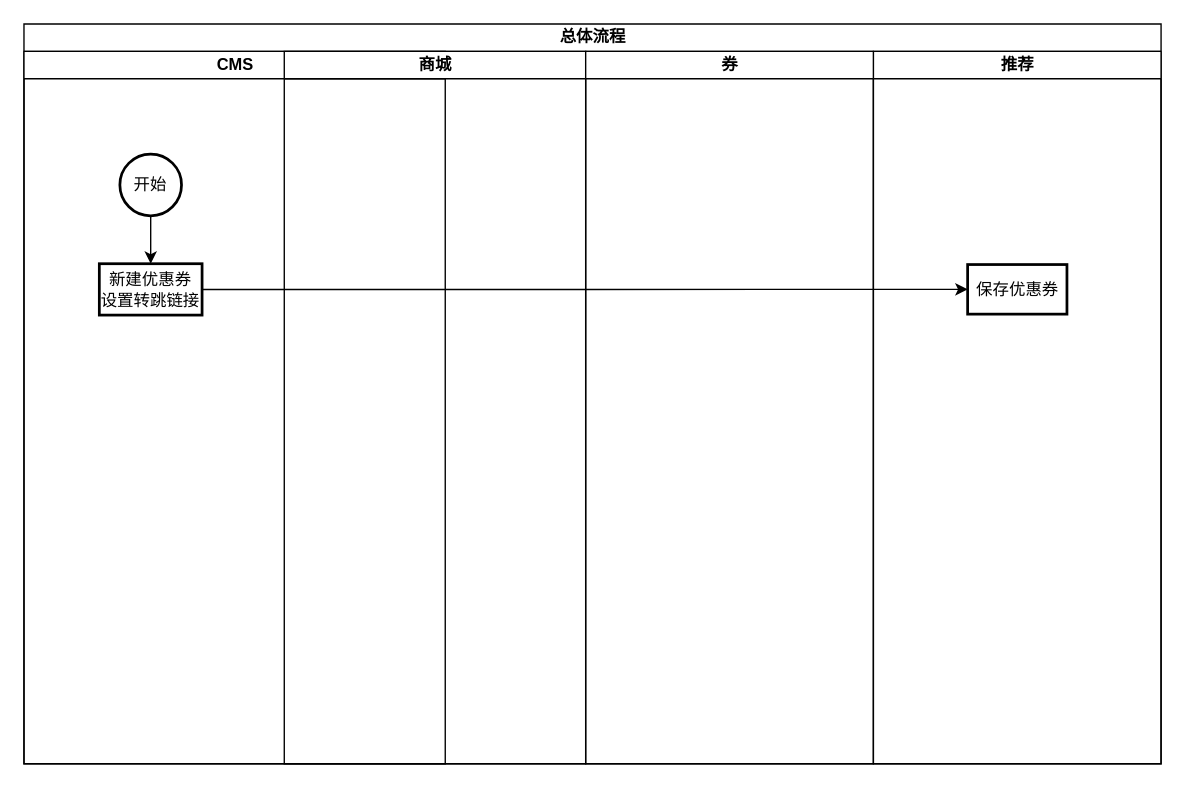
Before: 迭代/商城优惠券列表支持跳转/总体流程.drawio in gjie1991/draw, a draw.io diagram. Source tidied: cells renumbered, new cells numbered last; positions are measured from the earlier drawing's top-left corner, leaving out a move shared by most shapes. Both pictures are drawn from the tidied source at 137%, with x=0, y=0 at pixel (23, 23).
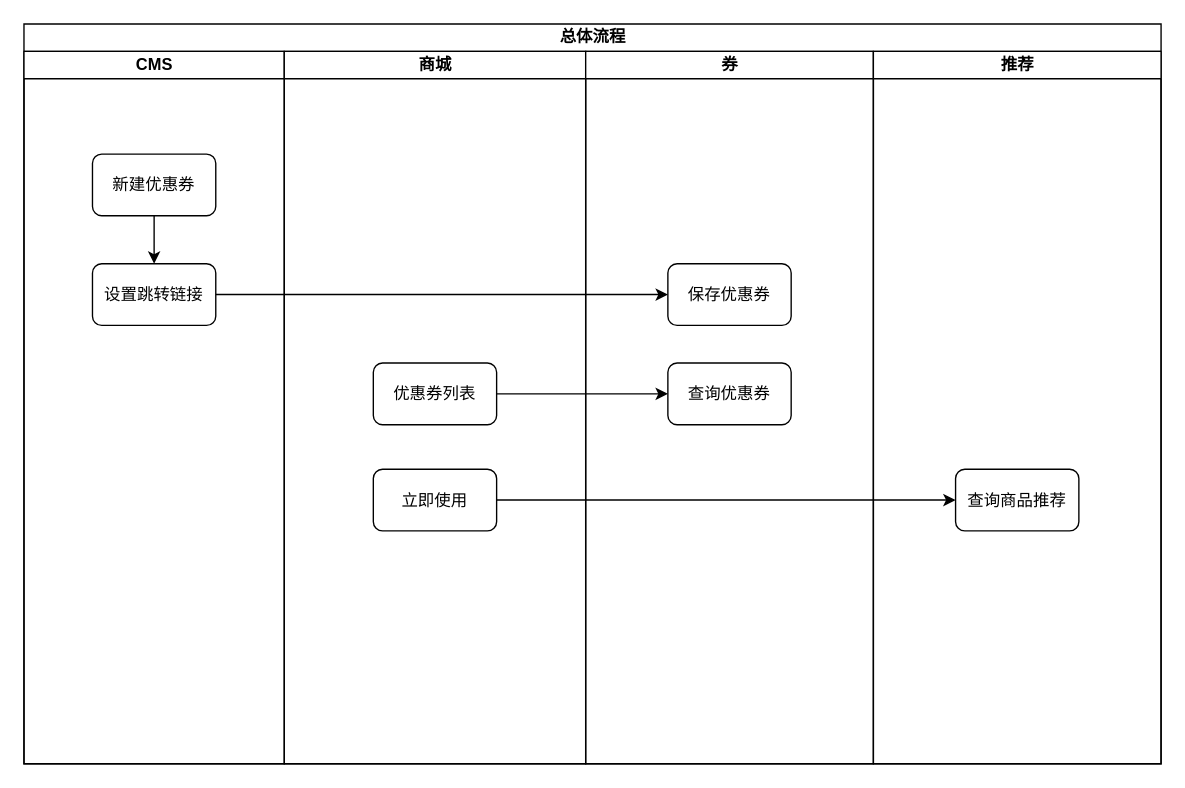
After the change.

Commit message (it also covers changes not shown here):
更新总体流程.drawio

What changed in the source:
```diff
@@
 <mxGraphModel>
   <root>
     <mxCell id="0" />
     <mxCell id="1" parent="0" />
     <mxCell id="2" value="总体流程" style="swimlane;startSize=20;html=1;" parent="1" vertex="1">
       <mxGeometry width="830" height="540" as="geometry" />
     </mxCell>
-    <mxCell id="3" value="推荐" style="swimlane;startSize=20;html=1;" parent="1" vertex="1">
-      <mxGeometry x="620" y="20" width="210" height="520" as="geometry" />
-    </mxCell>
+    <mxCell id="5" value="CMS" style="swimlane;startSize=20;html=1;" parent="2" vertex="1">
+      <mxGeometry y="20" width="190" height="520" as="geometry" />
+    </mxCell>
+    <mxCell id="12" style="edgeStyle=orthogonalEdgeStyle;rounded=0;jettySize=auto;html=1;" parent="5" edge="1" source="13" target="14">
+      <mxGeometry relative="1" as="geometry" />
+    </mxCell>
+    <mxCell id="13" value="新建优惠券" style="rounded=1;whiteSpace=wrap;html=1;" parent="5" vertex="1">
+      <mxGeometry x="50" y="75" width="90" height="45" as="geometry" />
+    </mxCell>
+    <mxCell id="14" value="设置跳转链接" style="rounded=1;whiteSpace=wrap;html=1;" parent="5" vertex="1">
+      <mxGeometry x="50" y="155" width="90" height="45" as="geometry" />
+    </mxCell>
+    <mxCell id="9" value="商城" style="swimlane;startSize=20;html=1;" parent="2" vertex="1">
+      <mxGeometry x="190" y="20" width="220" height="520" as="geometry" />
+    </mxCell>
+    <mxCell id="15" value="优惠券列表" style="rounded=1;whiteSpace=wrap;html=1;" parent="9" vertex="1">
+      <mxGeometry x="65" y="227.5" width="90" height="45" as="geometry" />
+    </mxCell>
+    <mxCell id="16" value="立即使用" style="rounded=1;whiteSpace=wrap;html=1;" parent="9" vertex="1">
+      <mxGeometry x="65" y="305" width="90" height="45" as="geometry" />
+    </mxCell>
+    <mxCell id="17" value="券" style="swimlane;startSize=20;html=1;" parent="2" vertex="1">
+      <mxGeometry x="410" y="20" width="210" height="520" as="geometry" />
+    </mxCell>
-    <mxCell id="4" value="保存优惠券" style="whiteSpace=wrap;html=1;strokeWidth=2;" parent="3" vertex="1">
-      <mxGeometry x="68.8" y="155.6" width="72.5" height="36.2" as="geometry" />
+    <mxCell id="4" value="保存优惠券" style="rounded=1;whiteSpace=wrap;html=1;" parent="17" vertex="1">
+      <mxGeometry x="60" y="155" width="90" height="45" as="geometry" />
     </mxCell>
-    <mxCell id="5" value="CMS" style="swimlane;startSize=20;html=1;" parent="1" vertex="1">
-      <mxGeometry y="20" width="307.5" height="520" as="geometry" />
-    </mxCell>
-    <mxCell id="6" style="edgeStyle=orthogonalEdgeStyle;rounded=0;jettySize=auto;html=1;" parent="5" edge="1" source="7" target="8">
-      <mxGeometry relative="1" as="geometry" />
-    </mxCell>
-    <mxCell id="7" value="开始" style="strokeWidth=2;html=1;shape=mxgraph.flowchart.start_2;whiteSpace=wrap;" parent="5" vertex="1">
-      <mxGeometry x="70" y="75" width="45" height="45" as="geometry" />
-    </mxCell>
-    <mxCell id="8" value="新建优惠券&lt;br&gt;设置转跳链接" style="whiteSpace=wrap;html=1;strokeWidth=2;" parent="5" vertex="1">
-      <mxGeometry x="55" y="155" width="75" height="37.5" as="geometry" />
-    </mxCell>
-    <mxCell id="9" value="商城" style="swimlane;startSize=20;html=1;" parent="1" vertex="1">
-      <mxGeometry x="190" y="20" width="220" height="520" as="geometry" />
-    </mxCell>
+    <mxCell id="18" value="查询优惠券" style="rounded=1;whiteSpace=wrap;html=1;" parent="17" vertex="1">
+      <mxGeometry x="60" y="227.5" width="90" height="45" as="geometry" />
+    </mxCell>
-    <mxCell id="10" value="券" style="swimlane;startSize=20;html=1;" parent="1" vertex="1">
-      <mxGeometry x="410" y="20" width="210" height="520" as="geometry" />
+    <mxCell id="10" value="推荐" style="swimlane;startSize=20;html=1;" parent="2" vertex="1">
+      <mxGeometry x="620" y="20" width="210" height="520" as="geometry" />
     </mxCell>
-    <mxCell id="11" style="edgeStyle=orthogonalEdgeStyle;rounded=0;jettySize=auto;html=1;" parent="1" edge="1" source="8" target="4">
-      <mxGeometry relative="1" as="geometry" />
-    </mxCell>
+    <mxCell id="19" value="查询商品推荐" style="rounded=1;whiteSpace=wrap;html=1;" parent="10" vertex="1">
+      <mxGeometry x="60" y="305" width="90" height="45" as="geometry" />
+    </mxCell>
+    <mxCell id="20" style="edgeStyle=orthogonalEdgeStyle;rounded=0;jettySize=auto;html=1;" parent="2" edge="1" source="14" target="4">
+      <mxGeometry relative="1" as="geometry" />
+    </mxCell>
+    <mxCell id="21" style="edgeStyle=orthogonalEdgeStyle;rounded=0;jettySize=auto;html=1;" parent="2" edge="1" source="15" target="18">
+      <mxGeometry relative="1" as="geometry" />
+    </mxCell>
+    <mxCell id="22" style="edgeStyle=orthogonalEdgeStyle;rounded=0;jettySize=auto;html=1;entryX=0;entryY=0.5;entryDx=0;entryDy=0;" parent="2" edge="1" source="16" target="19">
+      <mxGeometry relative="1" as="geometry" />
+    </mxCell>
   </root>
 </mxGraphModel>
```
